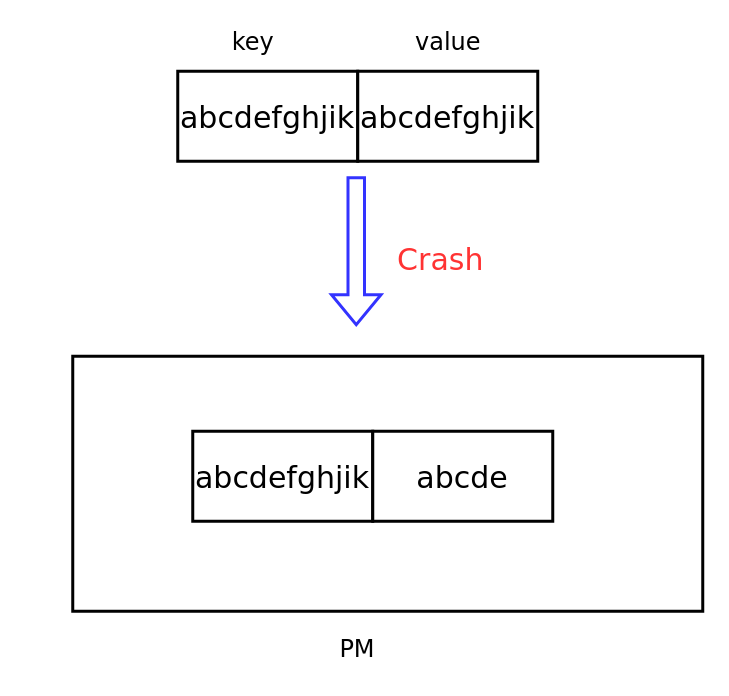
This is page "崩溃一致性" (2 of 3) of drawio/overall.drawio from HustDsy/Picture, a draw.io file, before an edit. Source tidied: cells renumbered, new cells numbered last; positions are measured from the earlier drawing's top-left corner, leaving out a move shared by most shapes. Both pictures are drawn from the tidied source at 150%, with x=0, y=0 at pixel (72, 26).
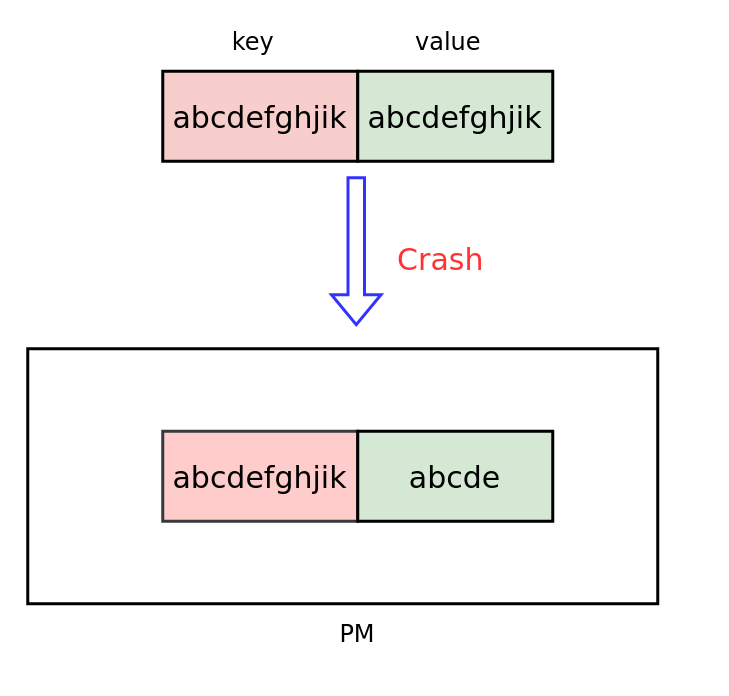
The same page after the edit.

Diff of the diagram source:
```diff
@@
 <mxGraphModel>
   <root>
     <mxCell id="0" />
     <mxCell id="1" parent="0" />
     <mxCell id="2" style="rounded=0;whiteSpace=wrap;html=1;fontFamily=Verdana;fontSize=16;fontColor=#000000;strokeColor=#000000;strokeWidth=2;fillColor=#FFFFFF;" parent="1" vertex="1">
-      <mxGeometry y="220" width="420" height="170" as="geometry" />
+      <mxGeometry x="-30" y="215" width="420" height="170" as="geometry" />
     </mxCell>
     <mxCell id="3" value="PM" style="text;html=1;strokeColor=none;fillColor=none;align=center;verticalAlign=middle;whiteSpace=wrap;rounded=0;fontFamily=Verdana;fontSize=16;fontColor=#000000;" parent="1" vertex="1">
-      <mxGeometry x="160" y="400" width="60" height="30" as="geometry" />
+      <mxGeometry x="160" y="390" width="60" height="30" as="geometry" />
     </mxCell>
-    <mxCell id="4" value="&lt;span style=&quot;font-size: 20px&quot;&gt;abcdefghjik&lt;/span&gt;" style="rounded=0;whiteSpace=wrap;html=1;fontFamily=Verdana;fontSize=16;fontColor=#000000;strokeColor=#000000;strokeWidth=2;fillColor=#FFFFFF;" parent="1" vertex="1">
-      <mxGeometry x="70" y="30" width="120" height="60" as="geometry" />
+    <mxCell id="4" value="&lt;span style=&quot;font-size: 20px&quot;&gt;abcdefghjik&lt;/span&gt;" style="rounded=0;whiteSpace=wrap;html=1;fontFamily=Verdana;fontSize=16;strokeColor=#000000;strokeWidth=2;fillColor=#f8cecc;" parent="1" vertex="1">
+      <mxGeometry x="60" y="30" width="130" height="60" as="geometry" />
     </mxCell>
-    <mxCell id="5" value="&lt;font style=&quot;font-size: 20px&quot;&gt;abcdefghjik&lt;/font&gt;" style="rounded=0;whiteSpace=wrap;html=1;fontFamily=Verdana;fontSize=16;fontColor=#000000;strokeColor=#000000;strokeWidth=2;fillColor=#FFFFFF;" parent="1" vertex="1">
-      <mxGeometry x="190" y="30" width="120" height="60" as="geometry" />
+    <mxCell id="5" value="&lt;font style=&quot;font-size: 20px&quot;&gt;abcdefghjik&lt;/font&gt;" style="rounded=0;whiteSpace=wrap;html=1;fontFamily=Verdana;fontSize=16;strokeColor=#000000;strokeWidth=2;fillColor=#d5e8d4;" parent="1" vertex="1">
+      <mxGeometry x="190" y="30" width="130" height="60" as="geometry" />
     </mxCell>
     <mxCell id="6" value="key" style="text;html=1;align=center;verticalAlign=middle;strokeColor=none;fillColor=none;fontSize=16;fontFamily=Verdana;fontColor=#000000;" parent="1" vertex="1">
       <mxGeometry x="100" width="40" height="20" as="geometry" />
     </mxCell>
     <mxCell id="7" value="value" style="text;html=1;align=center;verticalAlign=middle;strokeColor=none;fillColor=none;fontSize=16;fontFamily=Verdana;fontColor=#000000;" parent="1" vertex="1">
       <mxGeometry x="220" width="60" height="20" as="geometry" />
     </mxCell>
-    <mxCell id="8" value="&lt;span style=&quot;font-size: 20px&quot;&gt;abcdefghjik&lt;/span&gt;" style="rounded=0;whiteSpace=wrap;html=1;fontFamily=Verdana;fontSize=16;fontColor=#000000;strokeColor=#000000;strokeWidth=2;fillColor=#FFFFFF;" parent="1" vertex="1">
-      <mxGeometry x="80" y="270" width="120" height="60" as="geometry" />
+    <mxCell id="8" value="&lt;span style=&quot;font-size: 20px&quot;&gt;abcdefghjik&lt;/span&gt;" style="rounded=0;whiteSpace=wrap;html=1;fontFamily=Verdana;fontSize=16;strokeColor=#36393d;strokeWidth=2;fillColor=#ffcccc;" parent="1" vertex="1">
+      <mxGeometry x="60" y="270" width="130" height="60" as="geometry" />
     </mxCell>
-    <mxCell id="9" value="&lt;font style=&quot;font-size: 20px&quot;&gt;abcde&lt;/font&gt;" style="rounded=0;whiteSpace=wrap;html=1;fontFamily=Verdana;fontSize=16;fontColor=#000000;strokeColor=#000000;strokeWidth=2;fillColor=#FFFFFF;" parent="1" vertex="1">
-      <mxGeometry x="200" y="270" width="120" height="60" as="geometry" />
+    <mxCell id="9" value="&lt;font style=&quot;font-size: 20px&quot;&gt;abcde&lt;/font&gt;" style="rounded=0;whiteSpace=wrap;html=1;fontFamily=Verdana;fontSize=16;strokeColor=#000000;strokeWidth=2;fillColor=#d5e8d4;" parent="1" vertex="1">
+      <mxGeometry x="190" y="270" width="130" height="60" as="geometry" />
     </mxCell>
     <mxCell id="10" style="shape=flexArrow;endArrow=classic;html=1;rounded=0;fontFamily=Verdana;fontSize=20;fontColor=#000000;strokeColor=#3333FF;strokeWidth=2;" parent="1" edge="1">
       <mxGeometry relative="1" as="geometry">
         <mxPoint x="189" y="100" as="sourcePoint" />
         <mxPoint x="189" y="200" as="targetPoint" />
       </mxGeometry>
     </mxCell>
     <mxCell id="11" value="&lt;font color=&quot;#ff3333&quot;&gt;Crash&lt;/font&gt;" style="text;html=1;align=center;verticalAlign=middle;strokeColor=none;fillColor=none;fontSize=20;fontFamily=Verdana;fontColor=#000000;" parent="1" vertex="1">
       <mxGeometry x="210" y="140" width="70" height="30" as="geometry" />
     </mxCell>
   </root>
 </mxGraphModel>
```
